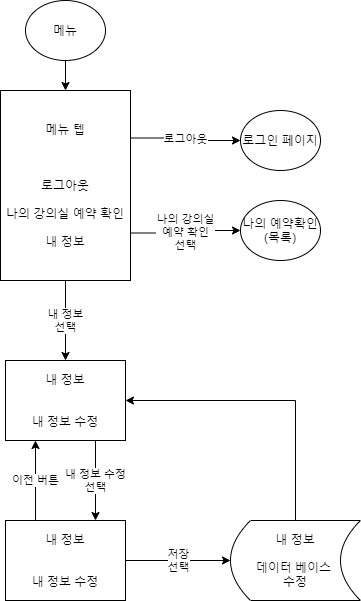
Before: user_program/user application diagram/5사용자 어플-메뉴.png, a diagram exported from draw.io (sitnet1102/konkuk_veterinary). Source tidied: cells renumbered, new cells last; positions are measured from the earlier drawing's top-left corner, leaving out a move shared by most shapes.
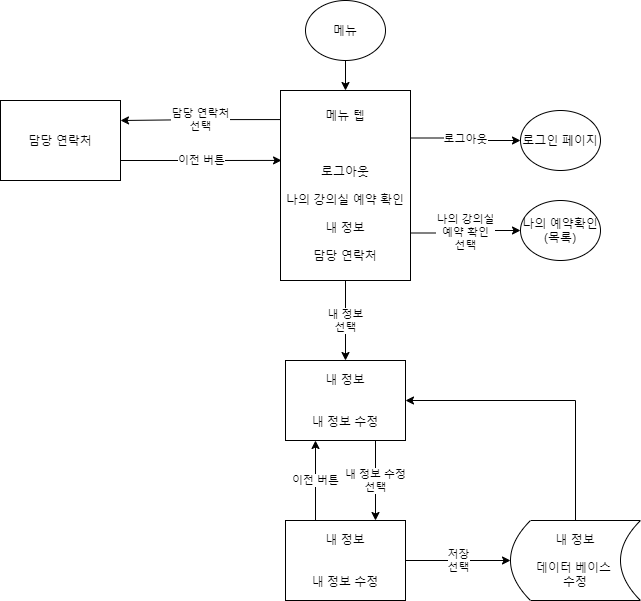
The same diagram one commit later.

Change to the diagram source:
```diff
@@ -17,7 +17,10 @@
     <mxCell id="6" value="내 정보&lt;br&gt;선택" style="edgeStyle=orthogonalEdgeStyle;rounded=0;jettySize=auto;html=1;exitX=0.5;exitY=1;exitDx=0;exitDy=0;entryX=0.5;entryY=0;entryDx=0;entryDy=0;" parent="1" edge="1" source="7" target="11">
       <mxGeometry relative="1" as="geometry" />
     </mxCell>
+    <mxCell id="17" value="담당 연락처&lt;br&gt;선택" style="edgeStyle=orthogonalEdgeStyle;rounded=0;jettySize=auto;html=1;exitX=0.008;exitY=0.153;exitDx=0;exitDy=0;exitPerimeter=0;entryX=1;entryY=0.25;entryDx=0;entryDy=0;" parent="1" edge="1" source="7" target="19">
+      <mxGeometry relative="1" as="geometry" />
+    </mxCell>
-    <mxCell id="7" value="메뉴 텝&lt;br&gt;&lt;br&gt;&lt;br&gt;&lt;br&gt;로그아웃&lt;br&gt;&lt;br&gt;나의 강의실 예약 확인&lt;br&gt;&lt;br&gt;내 정보" style="whiteSpace=wrap;html=1;" parent="1" vertex="1">
+    <mxCell id="7" value="메뉴 텝&lt;br&gt;&lt;br&gt;&lt;br&gt;&lt;br&gt;로그아웃&lt;br&gt;&lt;br&gt;나의 강의실 예약 확인&lt;br&gt;&lt;br&gt;내 정보&lt;br&gt;&lt;br&gt;담당 연락처" style="whiteSpace=wrap;html=1;" parent="1" vertex="1">
       <mxGeometry y="90" width="130" height="190" as="geometry" />
     </mxCell>
     <mxCell id="8" value="로그인 페이지" style="ellipse;whiteSpace=wrap;html=1;" parent="1" vertex="1">
@@ -47,5 +50,11 @@
     <mxCell id="16" value="내 정보&lt;br&gt;&lt;br&gt;데이터 베이스 &lt;br&gt;수정" style="shape=dataStorage;whiteSpace=wrap;html=1;fixedSize=1;" parent="1" vertex="1">
       <mxGeometry x="230" y="520" width="130" height="80" as="geometry" />
     </mxCell>
+    <mxCell id="18" value="이전 버튼" style="edgeStyle=orthogonalEdgeStyle;rounded=0;jettySize=auto;html=1;exitX=1;exitY=0.75;exitDx=0;exitDy=0;entryX=0.008;entryY=0.368;entryDx=0;entryDy=0;entryPerimeter=0;" parent="1" edge="1" source="19" target="7">
+      <mxGeometry relative="1" as="geometry" />
+    </mxCell>
+    <mxCell id="19" value="담당 연락처" style="rounded=0;whiteSpace=wrap;html=1;" parent="1" vertex="1">
+      <mxGeometry x="-280" y="100" width="120" height="80" as="geometry" />
+    </mxCell>
   </root>
 </mxGraphModel>
```
